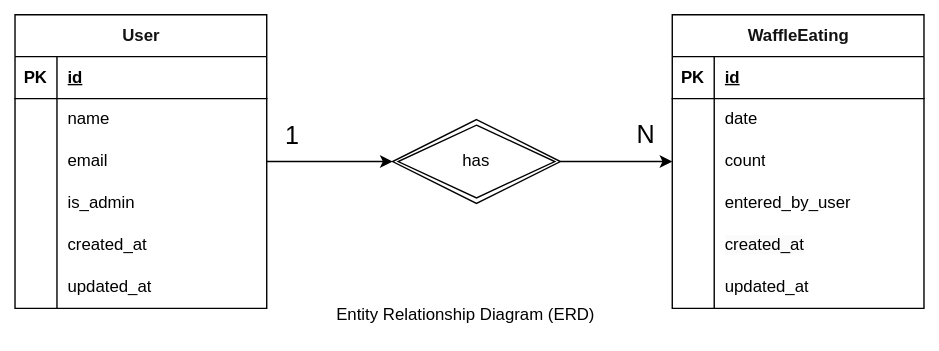
This is docs/diagrams/db-schema.drawio.svg from lchristmann/waffle-dashboard, a draw.io export, as it was before one commit. Source tidied: cells renumbered, new cells last; positions are measured from the earlier drawing's top-left corner, leaving out a move shared by most shapes.
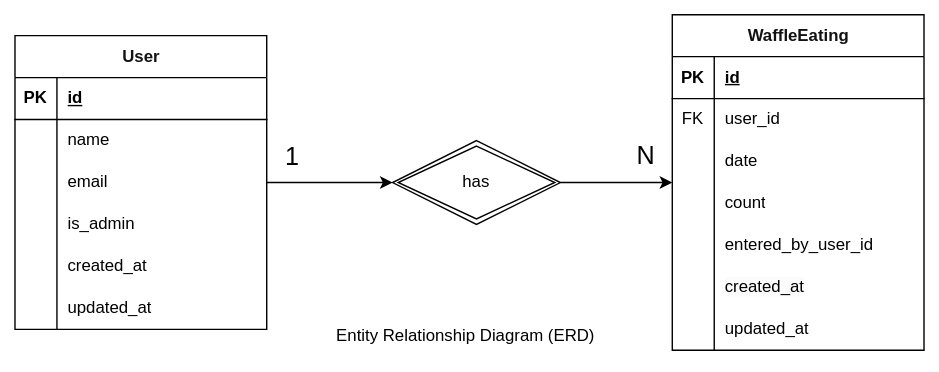
After the change.

Commit message:
fix: use user_id for who ate the waffles & entered_by_user_id for who entered the record

Change to the diagram source:
```diff
@@ -63,7 +63,7 @@
       <mxGeometry x="30" width="150" height="30" as="geometry" />
     </mxCell>
     <mxCell id="22" value="&lt;span style=&quot;background-color: light-dark(#ffffff, var(--ge-dark-color, #121212));&quot;&gt;&lt;font style=&quot;color: rgb(18, 18, 18);&quot;&gt;WaffleEating&lt;/font&gt;&lt;/span&gt;" style="shape=table;startSize=30;rowLines=0;fontStyle=1;align=center;html=1;labelBackgroundColor=default;fillColor=#FFFFFF;" parent="1" vertex="1">
-      <mxGeometry x="470" width="180" height="210" as="geometry" />
+      <mxGeometry x="470" y="-15" width="180" height="240" as="geometry" />
     </mxCell>
     <mxCell id="23" style="shape=tableRow;horizontal=0;startSize=0;swimlaneHead=0;swimlaneBody=0;fillColor=none;top=0;left=0;right=0;bottom=1;" parent="22" vertex="1">
       <mxGeometry y="30" width="180" height="30" as="geometry" />
@@ -74,8 +74,17 @@
     <mxCell id="25" value="id" style="shape=partialRectangle;fillColor=none;top=0;left=0;bottom=0;right=0;align=left;spacingLeft=6;fontStyle=5;overflow=hidden;whiteSpace=wrap;html=1;" parent="23" vertex="1">
       <mxGeometry x="30" width="150" height="30" as="geometry" />
     </mxCell>
+    <mxCell id="46" style="shape=tableRow;horizontal=0;startSize=0;swimlaneHead=0;swimlaneBody=0;fillColor=none;top=0;left=0;right=0;bottom=0;" parent="22" vertex="1">
+      <mxGeometry y="60" width="180" height="30" as="geometry" />
+    </mxCell>
+    <mxCell id="47" value="FK" style="shape=partialRectangle;fillColor=none;top=0;left=0;bottom=0;right=0;overflow=hidden;whiteSpace=wrap;html=1;" parent="46" vertex="1">
+      <mxGeometry width="30" height="30" as="geometry" />
+    </mxCell>
+    <mxCell id="48" value="user_id" style="shape=partialRectangle;fillColor=none;top=0;left=0;bottom=0;right=0;align=left;spacingLeft=6;overflow=hidden;whiteSpace=wrap;html=1;" parent="46" vertex="1">
+      <mxGeometry x="30" width="150" height="30" as="geometry" />
+    </mxCell>
     <mxCell id="26" style="shape=tableRow;horizontal=0;startSize=0;swimlaneHead=0;swimlaneBody=0;fillColor=none;top=0;left=0;right=0;bottom=0;" parent="22" vertex="1">
-      <mxGeometry y="60" width="180" height="30" as="geometry" />
+      <mxGeometry y="90" width="180" height="30" as="geometry" />
     </mxCell>
     <mxCell id="27" style="shape=partialRectangle;fillColor=none;top=0;left=0;bottom=0;right=0;overflow=hidden;whiteSpace=wrap;html=1;" parent="26" vertex="1">
       <mxGeometry width="30" height="30" as="geometry" />
@@ -84,7 +93,7 @@
       <mxGeometry x="30" width="150" height="30" as="geometry" />
     </mxCell>
     <mxCell id="29" style="shape=tableRow;horizontal=0;startSize=0;swimlaneHead=0;swimlaneBody=0;fillColor=none;top=0;left=0;right=0;bottom=0;" parent="22" vertex="1">
-      <mxGeometry y="90" width="180" height="30" as="geometry" />
+      <mxGeometry y="120" width="180" height="30" as="geometry" />
     </mxCell>
     <mxCell id="30" style="shape=partialRectangle;fillColor=none;top=0;left=0;bottom=0;right=0;overflow=hidden;whiteSpace=wrap;html=1;" parent="29" vertex="1">
       <mxGeometry width="30" height="30" as="geometry" />
@@ -93,16 +102,16 @@
       <mxGeometry x="30" width="150" height="30" as="geometry" />
     </mxCell>
     <mxCell id="32" style="shape=tableRow;horizontal=0;startSize=0;swimlaneHead=0;swimlaneBody=0;fillColor=none;top=0;left=0;right=0;bottom=0;" parent="22" vertex="1">
-      <mxGeometry y="120" width="180" height="30" as="geometry" />
+      <mxGeometry y="150" width="180" height="30" as="geometry" />
     </mxCell>
     <mxCell id="33" style="shape=partialRectangle;fillColor=none;top=0;left=0;bottom=0;right=0;overflow=hidden;whiteSpace=wrap;html=1;" parent="32" vertex="1">
       <mxGeometry width="30" height="30" as="geometry" />
     </mxCell>
-    <mxCell id="34" value="entered_by_user" style="shape=partialRectangle;fillColor=none;top=0;left=0;bottom=0;right=0;align=left;spacingLeft=6;overflow=hidden;whiteSpace=wrap;html=1;" parent="32" vertex="1">
+    <mxCell id="34" value="entered_by_user_id" style="shape=partialRectangle;fillColor=none;top=0;left=0;bottom=0;right=0;align=left;spacingLeft=6;overflow=hidden;whiteSpace=wrap;html=1;" parent="32" vertex="1">
       <mxGeometry x="30" width="150" height="30" as="geometry" />
     </mxCell>
     <mxCell id="35" style="shape=tableRow;horizontal=0;startSize=0;swimlaneHead=0;swimlaneBody=0;fillColor=none;top=0;left=0;right=0;bottom=0;" parent="22" vertex="1">
-      <mxGeometry y="150" width="180" height="30" as="geometry" />
+      <mxGeometry y="180" width="180" height="30" as="geometry" />
     </mxCell>
     <mxCell id="36" style="shape=partialRectangle;fillColor=none;top=0;left=0;bottom=0;right=0;overflow=hidden;whiteSpace=wrap;html=1;" parent="35" vertex="1">
       <mxGeometry width="30" height="30" as="geometry" />
@@ -111,7 +120,7 @@
       <mxGeometry x="30" width="150" height="30" as="geometry" />
     </mxCell>
     <mxCell id="38" style="shape=tableRow;horizontal=0;startSize=0;swimlaneHead=0;swimlaneBody=0;fillColor=none;top=0;left=0;right=0;bottom=0;" parent="22" vertex="1">
-      <mxGeometry y="180" width="180" height="30" as="geometry" />
+      <mxGeometry y="210" width="180" height="30" as="geometry" />
     </mxCell>
     <mxCell id="39" style="shape=partialRectangle;fillColor=none;top=0;left=0;bottom=0;right=0;overflow=hidden;whiteSpace=wrap;html=1;" parent="38" vertex="1">
       <mxGeometry width="30" height="30" as="geometry" />
```
